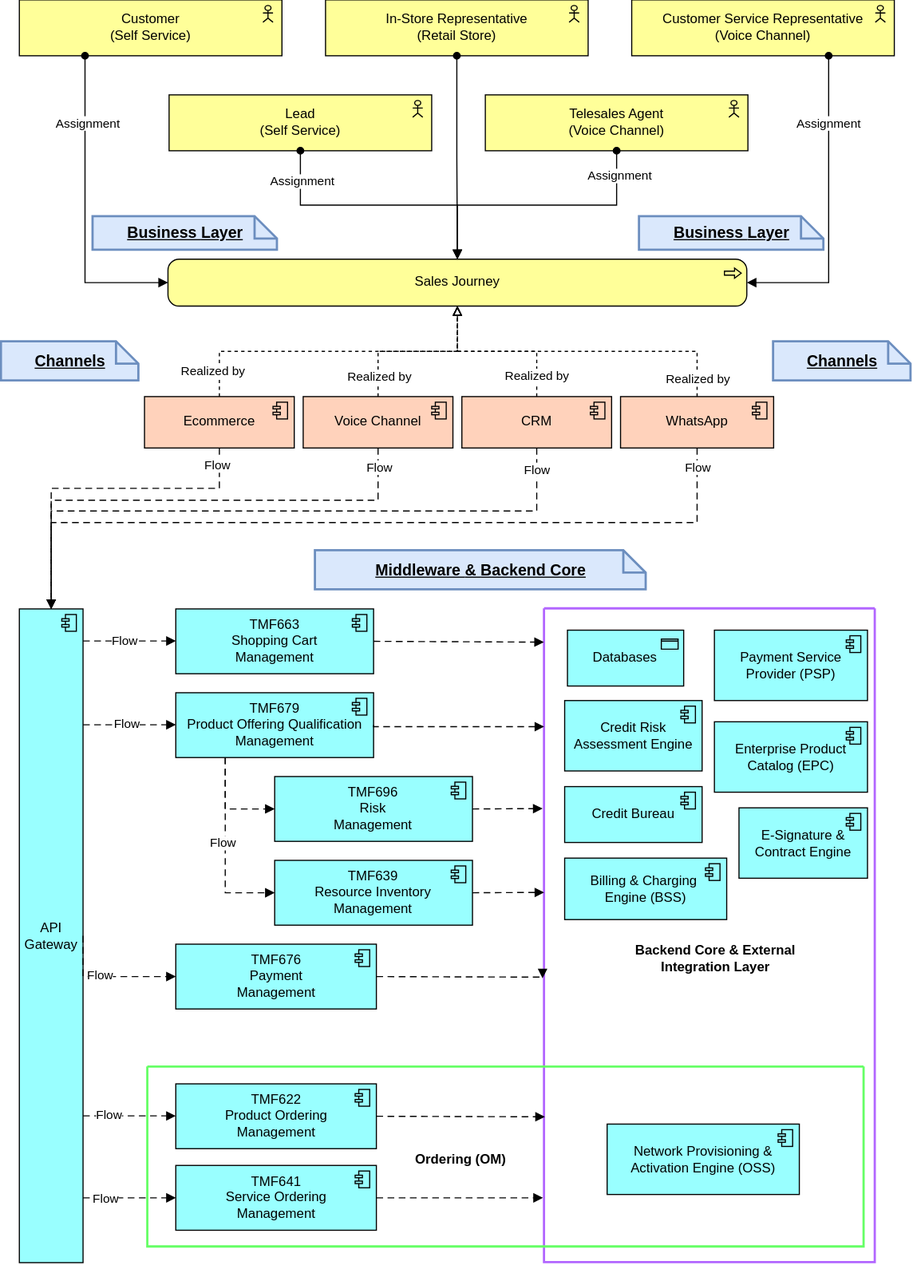
The draw.io diagram images/telco-sales-journey.svg in alex-daniel-m/alex-daniel-m, before a commit. Source tidied: cells renumbered, new cells last; positions are measured from the earlier drawing's top-left corner, leaving out a move shared by most shapes.
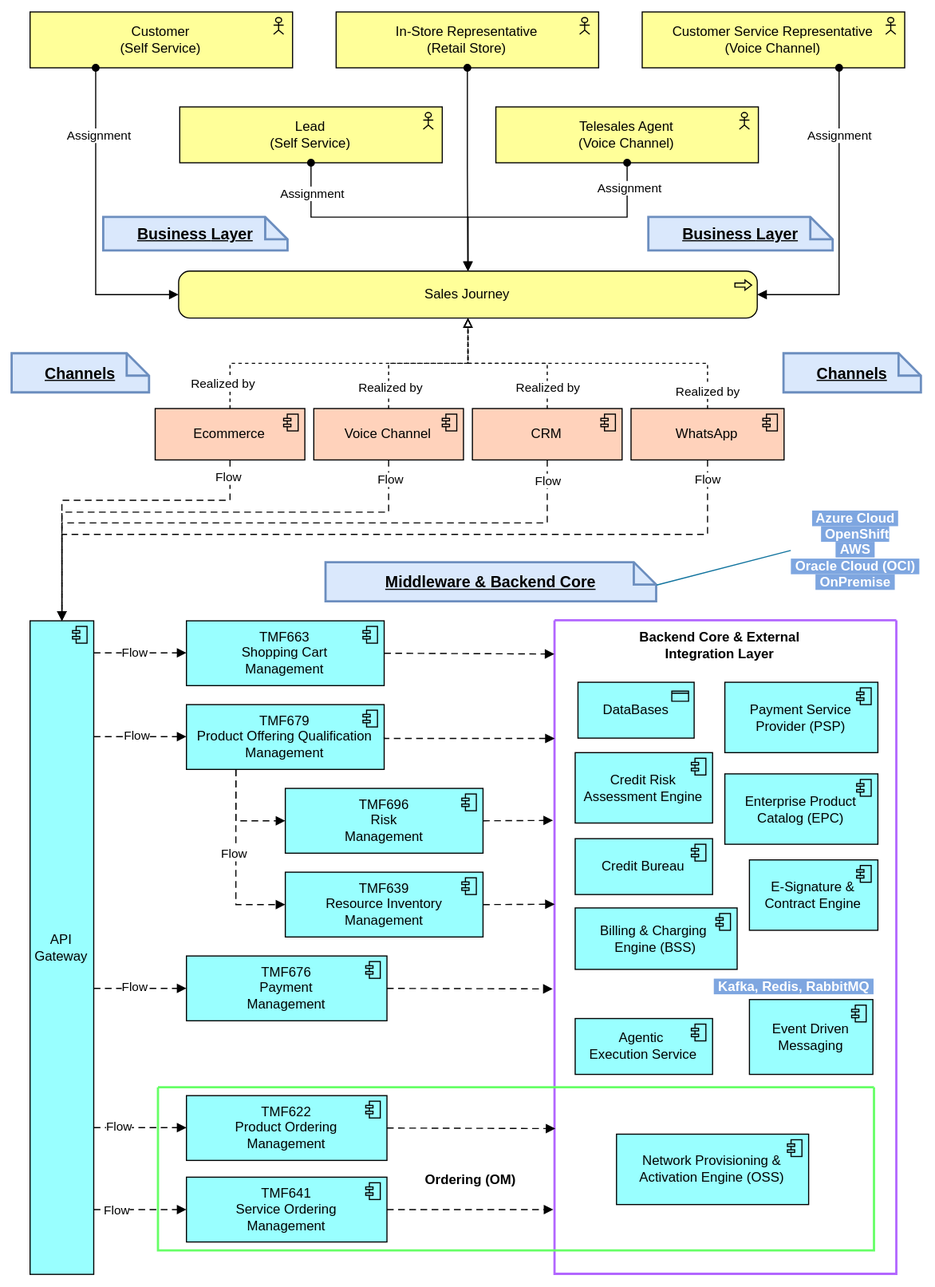
The same diagram one commit later.

Commit message:
update: blueprint architecture

Diff of the diagram source:
```diff
@@ -204,7 +204,7 @@
     <mxCell id="49" value="TMF676&lt;div&gt;Payment&lt;/div&gt;&lt;div&gt;Management&lt;/div&gt;" style="html=1;outlineConnect=0;whiteSpace=wrap;fillColor=#99ffff;shape=mxgraph.archimate3.application;appType=comp;archiType=square;" parent="1" vertex="1">
       <mxGeometry x="156" y="845" width="179.5" height="58" as="geometry" />
     </mxCell>
-    <mxCell id="50" style="edgeStyle=elbowEdgeStyle;html=1;endArrow=block;dashed=1;elbow=vertical;endFill=1;dashPattern=6 4;rounded=0;exitX=1;exitY=0.5;exitDx=0;exitDy=0;exitPerimeter=0;entryX=0;entryY=0.5;entryDx=0;entryDy=0;entryPerimeter=0;" parent="1" edge="1" source="8" target="49">
+    <mxCell id="50" style="edgeStyle=elbowEdgeStyle;html=1;endArrow=block;dashed=1;elbow=vertical;endFill=1;dashPattern=6 4;rounded=0;entryX=0;entryY=0.5;entryDx=0;entryDy=0;entryPerimeter=0;" parent="1" edge="1" source="8" target="49">
       <mxGeometry relative="1" as="geometry">
         <Array as="points">
           <mxPoint x="113.5" y="874" />
@@ -237,43 +237,52 @@
       </mxGeometry>
     </mxCell>
     <mxCell id="58" style="swimlane;startSize=0;strokeColor=#B266FF;strokeWidth=2;" parent="1" vertex="1">
-      <mxGeometry x="486" y="545" width="296" height="585" as="geometry" />
+      <mxGeometry x="486" y="545" width="306" height="585" as="geometry" />
     </mxCell>
-    <mxCell id="59" value="&lt;span style=&quot;color: light-dark(rgb(0, 0, 0), rgb(255, 255, 255));&quot;&gt;&lt;b style=&quot;&quot;&gt;Backend Core &amp;amp; External Integration Layer&lt;/b&gt;&lt;/span&gt;" style="text;html=1;whiteSpace=wrap;strokeColor=none;fillColor=none;align=center;verticalAlign=middle;rounded=0;" parent="58" vertex="1">
-      <mxGeometry x="77" y="298" width="152" height="30" as="geometry" />
-    </mxCell>
-    <mxCell id="60" value="Databases" style="html=1;whiteSpace=wrap;fillColor=#99ffff;shape=mxgraph.archimate3.application;appType=passive;archiType=square;" parent="58" vertex="1">
-      <mxGeometry x="20.5" y="19" width="104" height="50" as="geometry" />
+    <mxCell id="60" value="DataBases" style="html=1;whiteSpace=wrap;fillColor=#99ffff;shape=mxgraph.archimate3.application;appType=passive;archiType=square;" parent="58" vertex="1">
+      <mxGeometry x="20.5" y="55" width="104" height="50" as="geometry" />
     </mxCell>
     <mxCell id="61" value="Payment Service Provider (PSP)" style="html=1;whiteSpace=wrap;fillColor=#99ffff;shape=mxgraph.archimate3.application;appType=comp;archiType=square;" parent="58" vertex="1">
-      <mxGeometry x="152" y="19" width="137" height="63" as="geometry" />
+      <mxGeometry x="152" y="55" width="137" height="63" as="geometry" />
     </mxCell>
     <mxCell id="62" value="Credit Risk Assessment Engine" style="html=1;whiteSpace=wrap;fillColor=#99ffff;shape=mxgraph.archimate3.application;appType=comp;archiType=square;" parent="58" vertex="1">
-      <mxGeometry x="18" y="82" width="123" height="63" as="geometry" />
+      <mxGeometry x="18" y="118" width="123" height="63" as="geometry" />
     </mxCell>
     <mxCell id="63" value="Enterprise Product Catalog (EPC)" style="html=1;whiteSpace=wrap;fillColor=#99ffff;shape=mxgraph.archimate3.application;appType=comp;archiType=square;" parent="58" vertex="1">
-      <mxGeometry x="152" y="101" width="137" height="63" as="geometry" />
+      <mxGeometry x="152" y="137" width="137" height="63" as="geometry" />
     </mxCell>
     <mxCell id="64" value="Billing &amp;amp; Charging&amp;nbsp;&lt;div&gt;Engine (BSS)&lt;/div&gt;" style="html=1;whiteSpace=wrap;fillColor=#99ffff;shape=mxgraph.archimate3.application;appType=comp;archiType=square;" parent="58" vertex="1">
-      <mxGeometry x="18" y="223" width="145" height="55" as="geometry" />
+      <mxGeometry x="18" y="257" width="145" height="55" as="geometry" />
     </mxCell>
     <mxCell id="65" value="E-Signature &amp;amp; Contract Engine" style="html=1;whiteSpace=wrap;fillColor=#99ffff;shape=mxgraph.archimate3.application;appType=comp;archiType=square;" parent="58" vertex="1">
-      <mxGeometry x="174" y="178" width="115" height="63" as="geometry" />
+      <mxGeometry x="174" y="214" width="115" height="63" as="geometry" />
     </mxCell>
     <mxCell id="66" value="Credit Bureau" style="html=1;whiteSpace=wrap;fillColor=#99ffff;shape=mxgraph.archimate3.application;appType=comp;archiType=square;" parent="58" vertex="1">
-      <mxGeometry x="18" y="159" width="123" height="50" as="geometry" />
+      <mxGeometry x="18" y="195" width="123" height="50" as="geometry" />
     </mxCell>
+    <mxCell id="82" value="Event Driven Messaging" style="html=1;whiteSpace=wrap;fillColor=#99ffff;shape=mxgraph.archimate3.application;appType=comp;archiType=square;" parent="58" vertex="1">
+      <mxGeometry x="174" y="339" width="110.5" height="67" as="geometry" />
+    </mxCell>
+    <mxCell id="83" value="Agentic&amp;nbsp;&lt;div&gt;Execution Service&lt;/div&gt;" style="html=1;whiteSpace=wrap;fillColor=#99ffff;shape=mxgraph.archimate3.application;appType=comp;archiType=square;" parent="58" vertex="1">
+      <mxGeometry x="18" y="356" width="123" height="50" as="geometry" />
+    </mxCell>
+    <mxCell id="84" value="&lt;b style=&quot;color: light-dark(rgb(255, 255, 255), rgb(255, 255, 255)); background-color: rgb(126, 166, 224);&quot;&gt;&amp;nbsp;Kafka,&amp;nbsp;Redis,&amp;nbsp;RabbitMQ&amp;nbsp;&lt;/b&gt;" style="text;html=1;whiteSpace=wrap;strokeColor=none;fillColor=none;align=center;verticalAlign=middle;rounded=0;" parent="58" vertex="1">
+      <mxGeometry x="152" y="317" width="125.2" height="22" as="geometry" />
+    </mxCell>
+    <mxCell id="59" value="&lt;span style=&quot;color: light-dark(rgb(0, 0, 0), rgb(255, 255, 255));&quot;&gt;&lt;b style=&quot;&quot;&gt;Backend Core &amp;amp; External Integration Layer&lt;/b&gt;&lt;/span&gt;" style="text;html=1;whiteSpace=wrap;strokeColor=none;fillColor=none;align=center;verticalAlign=middle;rounded=0;" parent="58" vertex="1">
+      <mxGeometry x="72" y="7" width="152" height="30" as="geometry" />
+    </mxCell>
     <mxCell id="67" style="swimlane;startSize=0;strokeColor=#66FF66;strokeWidth=2;" parent="1" vertex="1">
-      <mxGeometry x="131" y="955" width="641" height="161" as="geometry" />
+      <mxGeometry x="131" y="963" width="641" height="146" as="geometry" />
     </mxCell>
     <mxCell id="68" value="Network Provisioning &amp;amp; Activation Engine (OSS)" style="html=1;whiteSpace=wrap;fillColor=#99ffff;shape=mxgraph.archimate3.application;appType=comp;archiType=square;" parent="67" vertex="1">
-      <mxGeometry x="411" y="51" width="172" height="63" as="geometry" />
+      <mxGeometry x="410" y="41.5" width="172" height="63" as="geometry" />
     </mxCell>
     <mxCell id="69" value="&lt;span style=&quot;color: light-dark(rgb(0, 0, 0), rgb(255, 255, 255));&quot;&gt;&lt;b style=&quot;&quot;&gt;Ordering (OM)&lt;/b&gt;&lt;/span&gt;" style="text;html=1;whiteSpace=wrap;strokeColor=none;fillColor=none;align=center;verticalAlign=middle;rounded=0;" parent="67" vertex="1">
       <mxGeometry x="235" y="67.5" width="90" height="30" as="geometry" />
     </mxCell>
     <mxCell id="70" value="&lt;span style=&quot;color: light-dark(rgb(0, 0, 0), rgb(18, 18, 18));&quot;&gt;&lt;u&gt;Business&amp;nbsp;&lt;span style=&quot;background-color: transparent;&quot;&gt;Layer&lt;/span&gt;&lt;/u&gt;&lt;/span&gt;" style="shape=note;strokeWidth=2;fontSize=14;size=20;whiteSpace=wrap;html=1;fillColor=#dae8fc;strokeColor=#6c8ebf;fontStyle=1;" parent="1" vertex="1">
-      <mxGeometry x="82" y="194" width="165" height="30" as="geometry" />
+      <mxGeometry x="82" y="184" width="165" height="30" as="geometry" />
     </mxCell>
     <mxCell id="71" value="&lt;span style=&quot;color: light-dark(rgb(0, 0, 0), rgb(18, 18, 18));&quot;&gt;&lt;u&gt;Middleware&amp;nbsp;&lt;span style=&quot;background-color: transparent;&quot;&gt;&amp;amp;&amp;nbsp;&lt;/span&gt;&lt;span style=&quot;background-color: transparent;&quot;&gt;Backend Core&lt;/span&gt;&lt;/u&gt;&lt;/span&gt;" style="shape=note;strokeWidth=2;fontSize=14;size=20;whiteSpace=wrap;html=1;fillColor=#dae8fc;strokeColor=#6c8ebf;fontColor=default;fontStyle=1;align=center;verticalAlign=middle;fontFamily=Helvetica;" parent="1" vertex="1">
       <mxGeometry x="281" y="493" width="296" height="35" as="geometry" />
@@ -285,7 +294,7 @@
       <mxGeometry x="691" y="306" width="123" height="35" as="geometry" />
     </mxCell>
     <mxCell id="74" value="&lt;span style=&quot;color: light-dark(rgb(0, 0, 0), rgb(18, 18, 18));&quot;&gt;&lt;u&gt;Business&amp;nbsp;&lt;span style=&quot;background-color: transparent;&quot;&gt;Layer&lt;/span&gt;&lt;/u&gt;&lt;/span&gt;" style="shape=note;strokeWidth=2;fontSize=14;size=20;whiteSpace=wrap;html=1;fillColor=#dae8fc;strokeColor=#6c8ebf;fontColor=default;fontStyle=1;align=center;verticalAlign=middle;fontFamily=Helvetica;" parent="1" vertex="1">
-      <mxGeometry x="571" y="194" width="165" height="30" as="geometry" />
+      <mxGeometry x="570" y="184" width="165" height="30" as="geometry" />
     </mxCell>
     <mxCell id="75" style="edgeStyle=elbowEdgeStyle;html=1;endArrow=block;dashed=1;elbow=vertical;endFill=1;dashPattern=6 4;rounded=0;exitX=1;exitY=0.5;exitDx=0;exitDy=0;exitPerimeter=0;" parent="1" edge="1" source="38">
       <mxGeometry relative="1" as="geometry">
@@ -304,7 +313,7 @@
     <mxCell id="78" style="edgeStyle=elbowEdgeStyle;html=1;endArrow=block;dashed=1;elbow=vertical;endFill=1;dashPattern=6 4;rounded=0;exitX=1;exitY=0.5;exitDx=0;exitDy=0;exitPerimeter=0;entryX=-0.001;entryY=0.434;entryDx=0;entryDy=0;entryPerimeter=0;" parent="1" edge="1" source="45" target="58">
       <mxGeometry relative="1" as="geometry" />
     </mxCell>
-    <mxCell id="79" style="edgeStyle=elbowEdgeStyle;html=1;endArrow=block;dashed=1;elbow=vertical;endFill=1;dashPattern=6 4;rounded=0;exitX=1;exitY=0.5;exitDx=0;exitDy=0;exitPerimeter=0;entryX=-0.006;entryY=0.565;entryDx=0;entryDy=0;entryPerimeter=0;" parent="1" edge="1" source="49" target="58">
+    <mxCell id="79" style="edgeStyle=elbowEdgeStyle;html=1;endArrow=block;dashed=1;elbow=vertical;endFill=1;dashPattern=6 4;rounded=0;exitX=1;exitY=0.5;exitDx=0;exitDy=0;exitPerimeter=0;entryX=-0.007;entryY=0.564;entryDx=0;entryDy=0;entryPerimeter=0;" parent="1" edge="1" source="49" target="58">
       <mxGeometry relative="1" as="geometry" />
     </mxCell>
     <mxCell id="80" style="edgeStyle=elbowEdgeStyle;html=1;endArrow=block;dashed=1;elbow=vertical;endFill=1;dashPattern=6 4;rounded=0;exitX=1;exitY=0.5;exitDx=0;exitDy=0;exitPerimeter=0;entryX=0.001;entryY=0.778;entryDx=0;entryDy=0;entryPerimeter=0;" parent="1" edge="1" source="52" target="58">
@@ -313,5 +322,11 @@
     <mxCell id="81" style="edgeStyle=elbowEdgeStyle;html=1;endArrow=block;dashed=1;elbow=vertical;endFill=1;dashPattern=6 4;rounded=0;exitX=1;exitY=0.5;exitDx=0;exitDy=0;exitPerimeter=0;entryX=-0.005;entryY=0.902;entryDx=0;entryDy=0;entryPerimeter=0;" parent="1" edge="1" source="53" target="58">
       <mxGeometry relative="1" as="geometry" />
     </mxCell>
+    <mxCell id="85" value="&lt;span style=&quot;background-color: rgb(126, 166, 224); color: light-dark(rgb(255, 255, 255), rgb(255, 255, 255));&quot;&gt;&amp;nbsp;Azure Cloud&amp;nbsp;&lt;/span&gt;&lt;div&gt;&lt;span style=&quot;background-color: rgb(126, 166, 224); color: light-dark(rgb(255, 255, 255), rgb(255, 255, 255));&quot;&gt;&amp;nbsp;OpenShift&lt;/span&gt;&lt;/div&gt;&lt;div&gt;&lt;span style=&quot;background-color: rgb(126, 166, 224); color: light-dark(rgb(255, 255, 255), rgb(255, 255, 255));&quot;&gt;&amp;nbsp;AWS&amp;nbsp;&lt;/span&gt;&lt;/div&gt;&lt;div&gt;&lt;span style=&quot;background-color: rgb(126, 166, 224); color: light-dark(rgb(255, 255, 255), rgb(255, 255, 255));&quot;&gt;&amp;nbsp;Oracle Cloud (OCI)&amp;nbsp;&lt;/span&gt;&lt;/div&gt;&lt;div&gt;&lt;span style=&quot;background-color: rgb(126, 166, 224); color: light-dark(rgb(255, 255, 255), rgb(255, 255, 255));&quot;&gt;&amp;nbsp;OnPremise&amp;nbsp;&lt;/span&gt;&lt;/div&gt;" style="text;html=1;whiteSpace=wrap;strokeColor=none;fillColor=none;align=center;verticalAlign=middle;rounded=0;fontStyle=1;" parent="1" vertex="1">
+      <mxGeometry x="697" y="467" width="117" height="30" as="geometry" />
+    </mxCell>
+    <mxCell id="86" style="endArrow=none;html=1;rounded=0;entryX=0;entryY=0.5;entryDx=0;entryDy=0;exitX=0;exitY=0;exitDx=296;exitDy=20;exitPerimeter=0;fillColor=#b1ddf0;strokeColor=#10739e;" parent="1" edge="1" source="71" target="85">
+      <mxGeometry relative="1" as="geometry" />
+    </mxCell>
   </root>
 </mxGraphModel>
```
